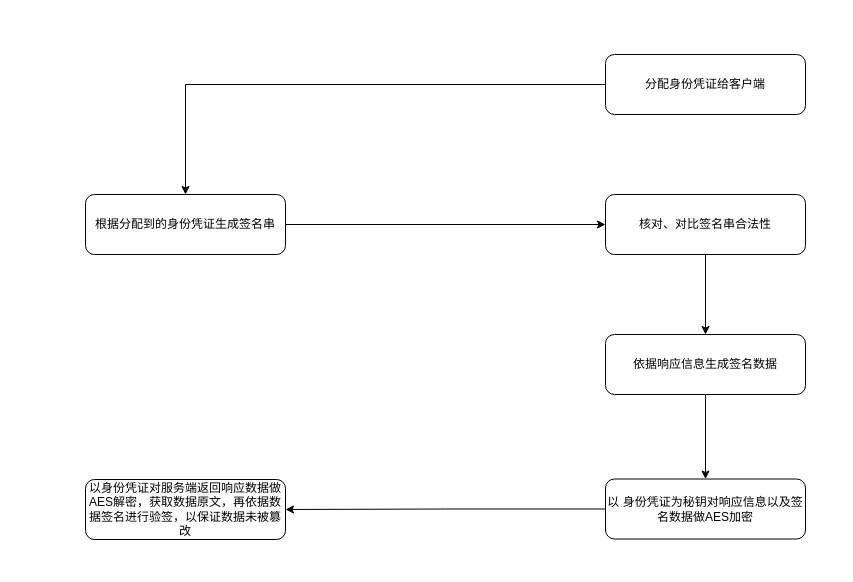
The draw.io diagram 效仿云服务身份凭证流程.drawio in dpr1995/javaDemo, before the edit. Source tidied: cells renumbered, new cells numbered last; positions are measured from the earlier drawing's top-left corner, leaving out a move shared by most shapes. Both pictures are drawn from the tidied source at 100%, with x=0, y=0 at pixel (85, 54).
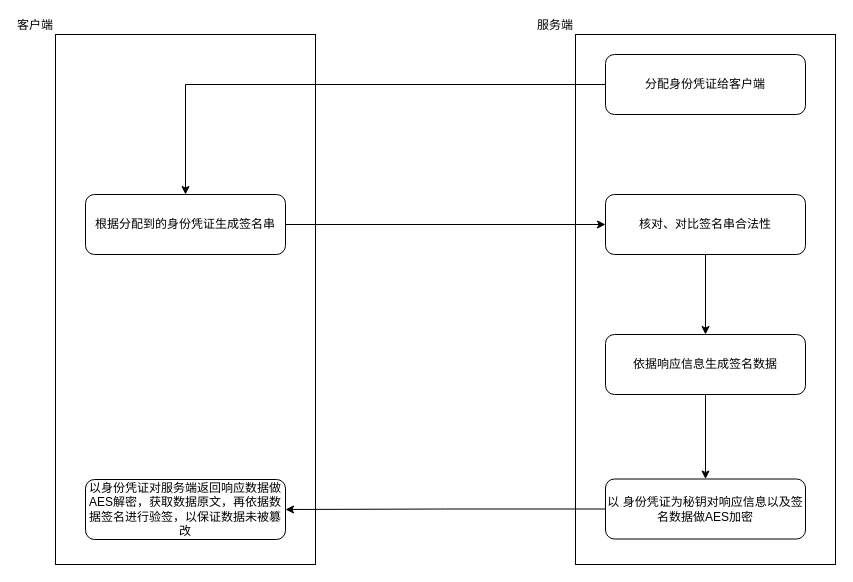
Above is the later version.

Commit message (it also covers changes not shown here):
更新效仿云服务身份凭证流程.drawio

What changed in the source:
```diff
@@
 <mxGraphModel>
   <root>
     <mxCell id="0" />
     <mxCell id="1" parent="0" />
+    <mxCell id="13" value="服务端" style="rounded=0;whiteSpace=wrap;html=1;align=right;labelPosition=left;verticalLabelPosition=top;verticalAlign=bottom;" parent="1" vertex="1">
+      <mxGeometry x="490" y="-20" width="260" height="530" as="geometry" />
+    </mxCell>
+    <mxCell id="14" value="客户端" style="rounded=0;whiteSpace=wrap;html=1;align=right;labelPosition=left;verticalLabelPosition=top;verticalAlign=bottom;" parent="1" vertex="1">
+      <mxGeometry x="-30" y="-20" width="260" height="530" as="geometry" />
+    </mxCell>
     <mxCell id="2" style="edgeStyle=orthogonalEdgeStyle;rounded=0;jettySize=auto;html=1;entryX=0.5;entryY=0;entryDx=0;entryDy=0;" parent="1" edge="1" source="3" target="5">
       <mxGeometry relative="1" as="geometry" />
     </mxCell>
     <mxCell id="3" value="分配身份凭证给客户端" style="rounded=1;whiteSpace=wrap;html=1;align=center;" parent="1" vertex="1">
       <mxGeometry x="520" width="200" height="60" as="geometry" />
     </mxCell>
     <mxCell id="4" style="edgeStyle=orthogonalEdgeStyle;rounded=0;jettySize=auto;html=1;" parent="1" edge="1" source="5" target="7">
       <mxGeometry relative="1" as="geometry" />
     </mxCell>
     <mxCell id="5" value="根据分配到的身份凭证生成签名串" style="rounded=1;whiteSpace=wrap;html=1;align=center;" parent="1" vertex="1">
       <mxGeometry y="140" width="200" height="60" as="geometry" />
     </mxCell>
     <mxCell id="6" style="edgeStyle=orthogonalEdgeStyle;rounded=0;jettySize=auto;html=1;" parent="1" edge="1" source="7" target="9">
       <mxGeometry relative="1" as="geometry" />
     </mxCell>
     <mxCell id="7" value="核对、对比签名串合法性" style="rounded=1;whiteSpace=wrap;html=1;align=center;" parent="1" vertex="1">
       <mxGeometry x="520" y="140" width="200" height="60" as="geometry" />
     </mxCell>
     <mxCell id="8" style="edgeStyle=orthogonalEdgeStyle;rounded=0;jettySize=auto;html=1;" parent="1" edge="1" source="9" target="11">
       <mxGeometry relative="1" as="geometry" />
     </mxCell>
     <mxCell id="9" value="依据响应信息生成签名数据" style="rounded=1;whiteSpace=wrap;html=1;align=center;" parent="1" vertex="1">
       <mxGeometry x="520" y="280" width="200" height="60" as="geometry" />
     </mxCell>
     <mxCell id="10" style="edgeStyle=orthogonalEdgeStyle;rounded=0;jettySize=auto;html=1;entryX=1;entryY=0.5;entryDx=0;entryDy=0;" parent="1" edge="1" source="11" target="12">
       <mxGeometry relative="1" as="geometry" />
     </mxCell>
     <mxCell id="11" value="以&amp;nbsp;身份凭证为秘钥对响应信息以及签名数据做AES加密" style="rounded=1;whiteSpace=wrap;html=1;align=center;" parent="1" vertex="1">
       <mxGeometry x="520" y="424.5" width="200" height="60" as="geometry" />
     </mxCell>
     <mxCell id="12" value="以身份凭证对服务端返回响应数据做AES解密，获取数据原文，再依据数据签名进行验签，以保证数据未被篡改" style="rounded=1;whiteSpace=wrap;html=1;align=center;" parent="1" vertex="1">
       <mxGeometry y="425" width="200" height="60" as="geometry" />
     </mxCell>
   </root>
 </mxGraphModel>
```
